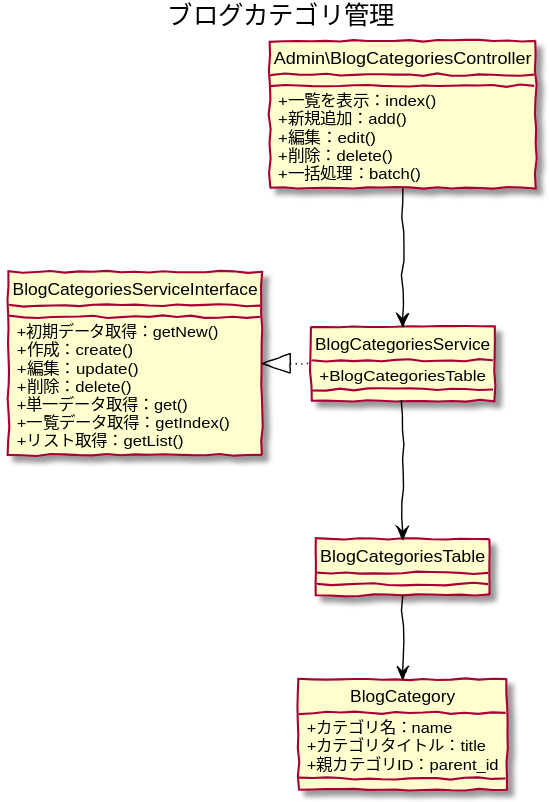
baserproject/baserproject.github.io keeps this PlantUML diagram as 5/ucmitz/svg/class/manage_blog_categories.svg. Above is the earlier version. Its source is kept beside it as src/puml/5/ucmitz/svg/class/manage_blog_categories.puml.
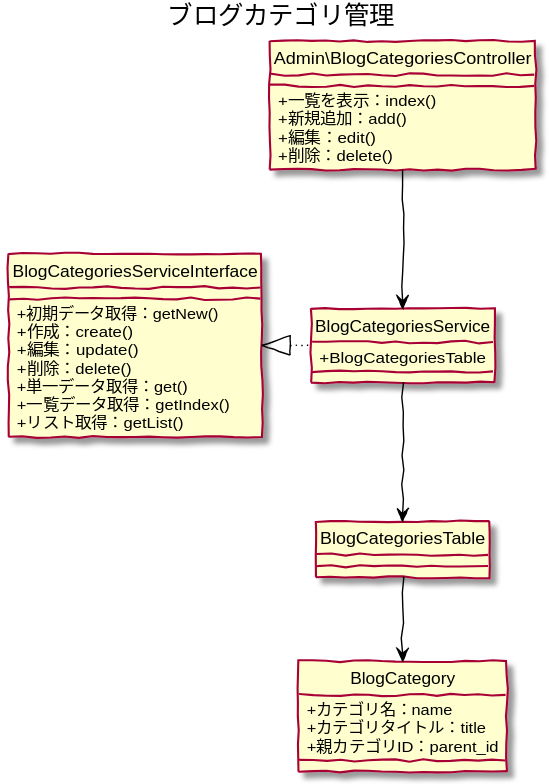
Later version of the same file.

Change to the diagram source:
```diff
@@ -11,7 +11,6 @@
   + 新規追加：add()
   + 編集：edit()
   + 削除：delete()
-  + 一括処理：batch()
 }
 
 class BlogCategoriesService {
```
